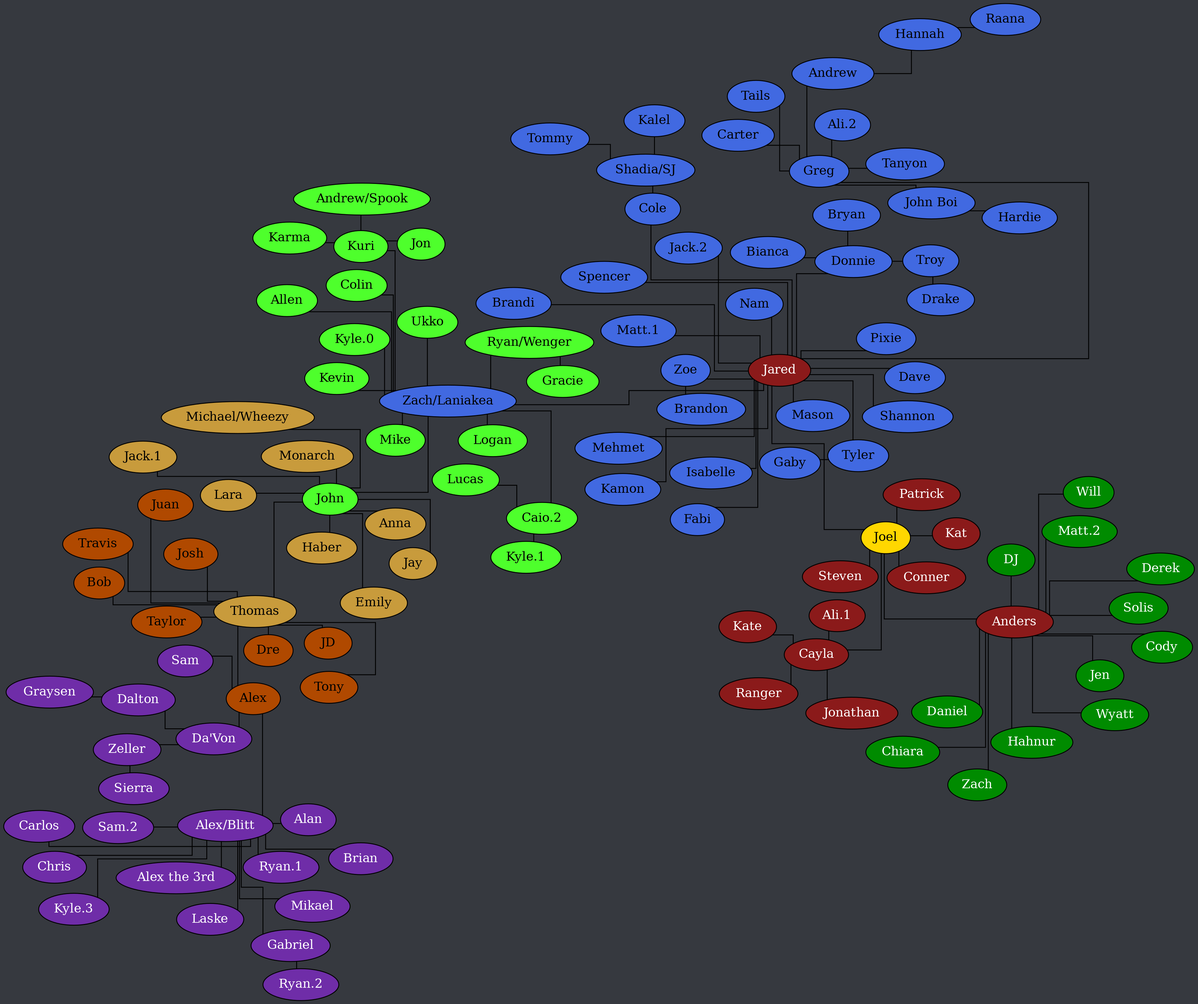
Earlier version of the Graphviz export tree.png (Documidas/CoronaCatzFamilyTree). Its source is kept beside it as tree.dot.
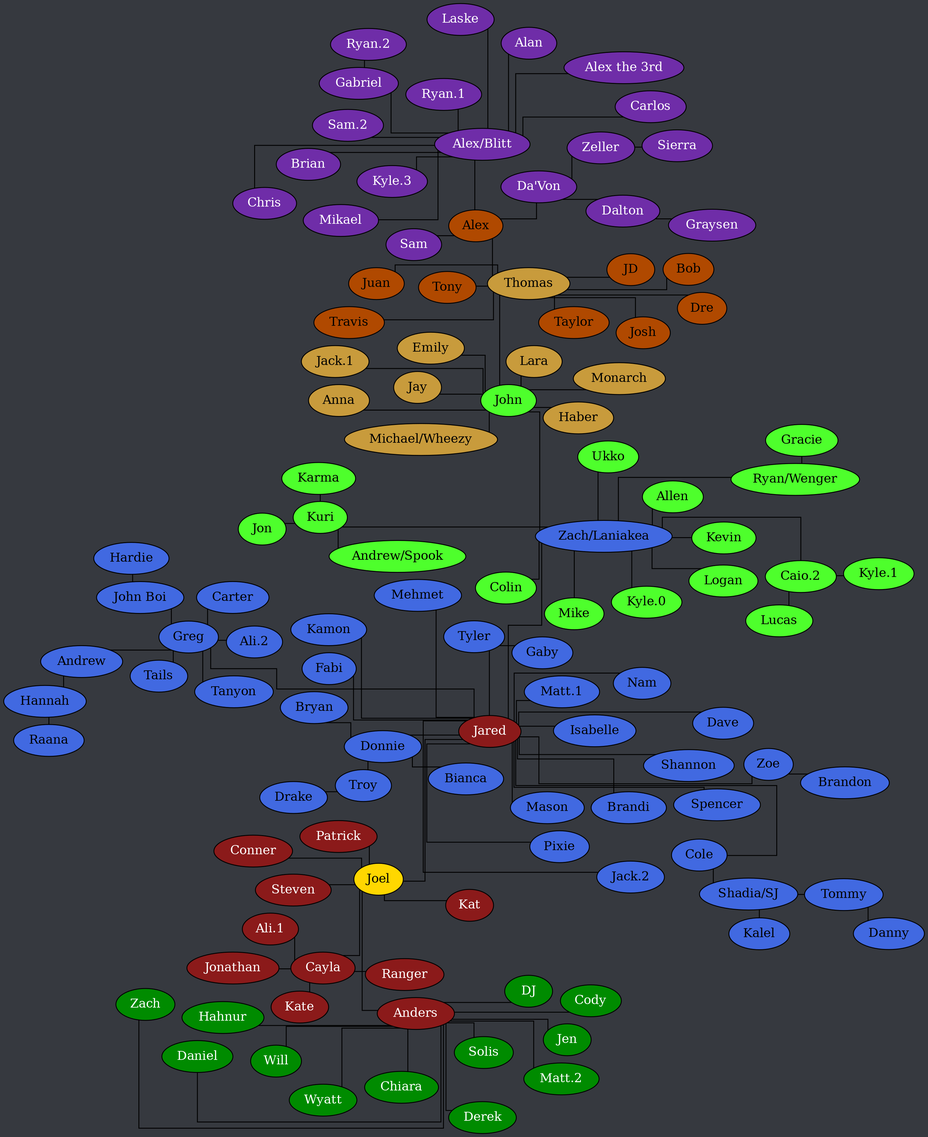
After the change.

What changed in the source:
```diff
@@ -82,6 +82,7 @@
 		"John Boi" -- Hardie;
 		"Shadia/SJ" -- Kalel;
 		"Shadia/SJ" -- Tommy;
+		Tommy -- Danny;
 		Troy -- Drake;
 		Tyler -- Gaby;
 		Zoe -- Brandon;
```
